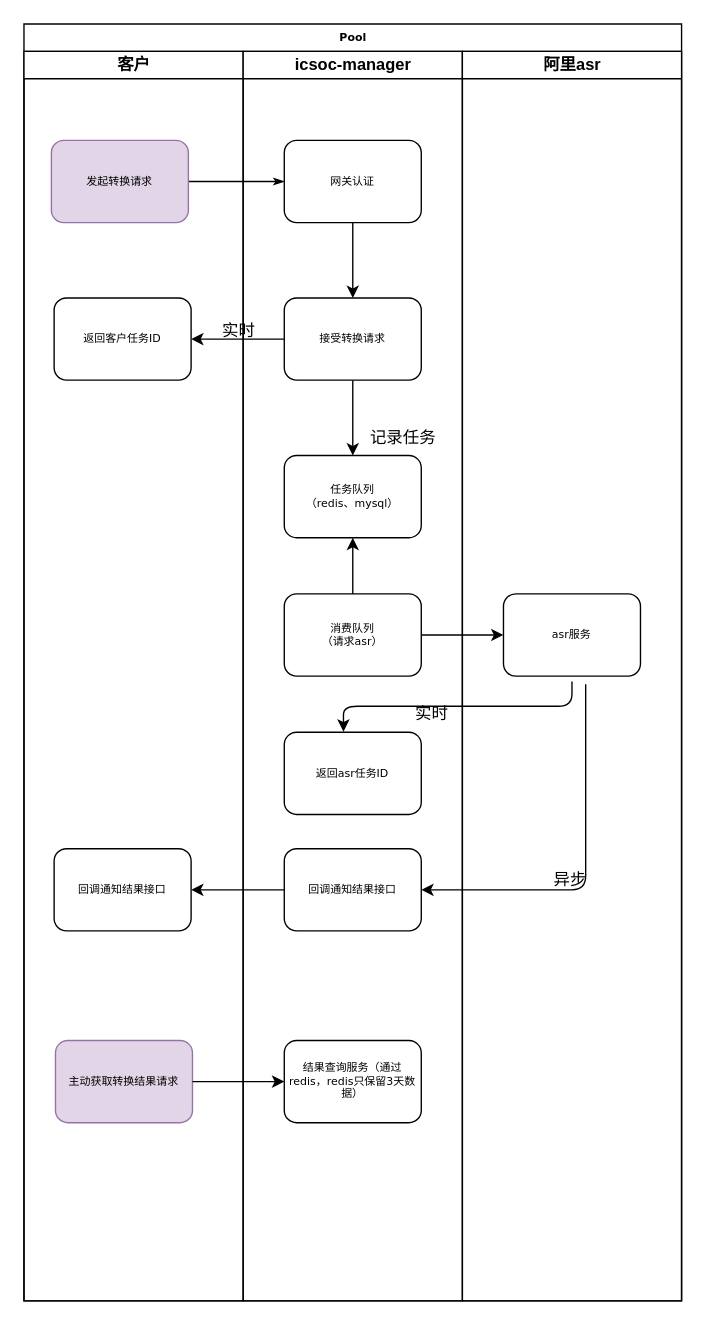
brahao/draw.io keeps this draw.io diagram as icsoc语音转换流程.drawio. Above is the earlier version. Source tidied: cells renumbered, new cells numbered last; positions are measured from the earlier drawing's top-left corner, leaving out a move shared by most shapes. Both pictures are drawn from the tidied source at 137%, with x=0, y=0 at pixel (23, 23).
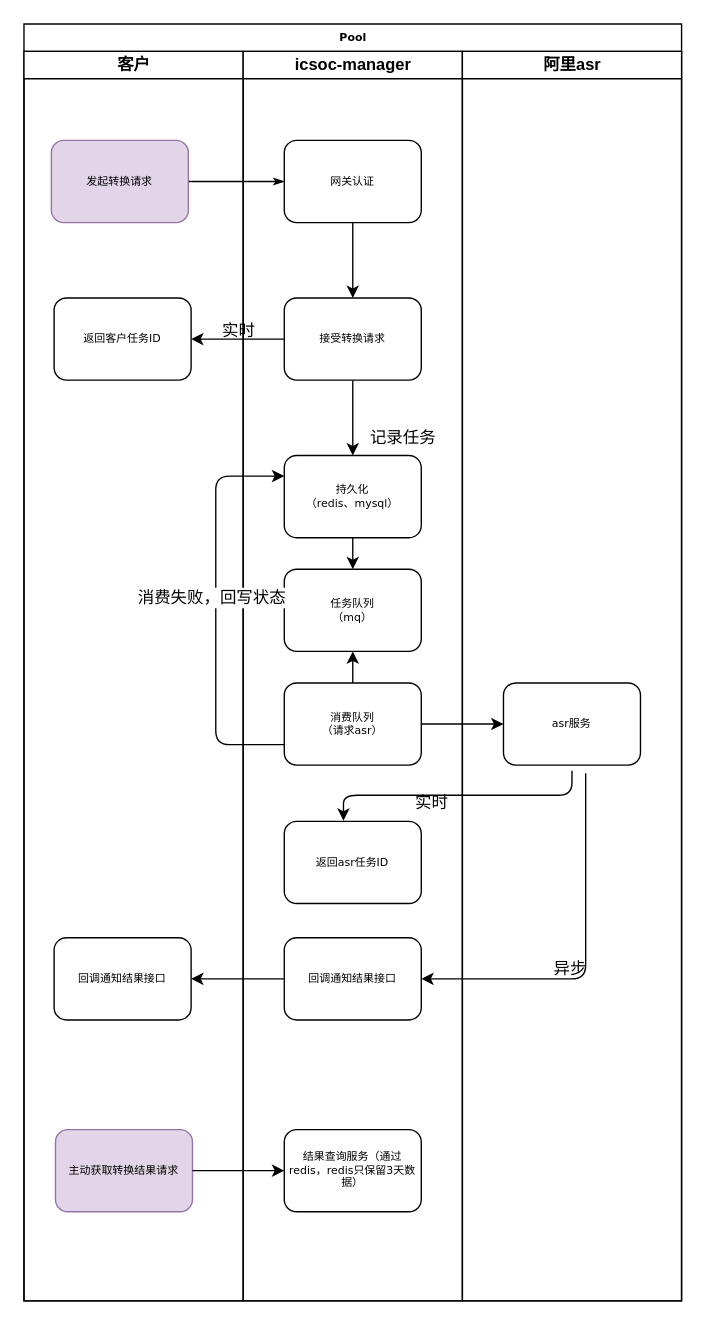
After the change.

Commit message:
更新icsoc语音转换流程.drawio

Unchanged cells that the change refers to:
```xml
<mxCell id="4" value="客户" style="swimlane;html=1;startSize=20;" parent="2" vertex="1">
  <mxGeometry y="20" width="160" height="912" as="geometry" />
</mxCell>
<mxCell id="9" value="icsoc-manager" style="swimlane;html=1;startSize=20;" parent="2" vertex="1">
  <mxGeometry x="160" y="20" width="160" height="912" as="geometry" />
</mxCell>
<mxCell id="20" value="阿里asr" style="swimlane;html=1;startSize=20;" parent="2" vertex="1">
  <mxGeometry x="320" y="20" width="160" height="912" as="geometry" />
</mxCell>
```

What changed in the source:
```diff
@@
     <mxCell id="7" value="回调通知结果接口" style="rounded=1;whiteSpace=wrap;html=1;shadow=0;labelBackgroundColor=none;strokeColor=#000000;strokeWidth=1;fillColor=#ffffff;fontFamily=Verdana;fontSize=8;fontColor=#000000;align=center;" parent="4" vertex="1">
-      <mxGeometry x="22" y="582" width="100" height="60" as="geometry" />
+      <mxGeometry x="22" y="647" width="100" height="60" as="geometry" />
     </mxCell>
     <mxCell id="8" value="主动获取转换结果请求" style="rounded=1;whiteSpace=wrap;html=1;shadow=0;labelBackgroundColor=none;strokeColor=#9673a6;strokeWidth=1;fillColor=#e1d5e7;fontFamily=Verdana;fontSize=8;align=center;" parent="4" vertex="1">
-      <mxGeometry x="23" y="722" width="100" height="60" as="geometry" />
+      <mxGeometry x="23" y="787" width="100" height="60" as="geometry" />
     </mxCell>
@@
-    <mxCell id="14" style="edgeStyle=orthogonalEdgeStyle;rounded=0;jettySize=auto;html=1;" parent="9" edge="1" source="16" target="15">
-      <mxGeometry relative="1" as="geometry" />
-    </mxCell>
+    <mxCell id="32" style="edgeStyle=orthogonalEdgeStyle;rounded=0;jettySize=auto;html=1;" parent="9" edge="1" source="15" target="34">
+      <mxGeometry relative="1" as="geometry" />
+    </mxCell>
-    <mxCell id="15" value="任务队列&lt;br&gt;（redis、mysql）&lt;br&gt;" style="rounded=1;whiteSpace=wrap;html=1;shadow=0;labelBackgroundColor=none;strokeColor=#000000;strokeWidth=1;fillColor=#ffffff;fontFamily=Verdana;fontSize=8;fontColor=#000000;align=center;" parent="9" vertex="1">
+    <mxCell id="15" value="持久化&lt;br&gt;（redis、mysql）&lt;br&gt;" style="rounded=1;whiteSpace=wrap;html=1;shadow=0;labelBackgroundColor=none;strokeColor=#000000;strokeWidth=1;fillColor=#ffffff;fontFamily=Verdana;fontSize=8;fontColor=#000000;align=center;" parent="9" vertex="1">
       <mxGeometry x="30" y="295" width="100" height="60" as="geometry" />
     </mxCell>
     <mxCell id="16" value="消费队列&lt;br&gt;（请求asr）&lt;br&gt;" style="rounded=1;whiteSpace=wrap;html=1;shadow=0;labelBackgroundColor=none;strokeColor=#000000;strokeWidth=1;fillColor=#ffffff;fontFamily=Verdana;fontSize=8;fontColor=#000000;align=center;" parent="9" vertex="1">
-      <mxGeometry x="30" y="396" width="100" height="60" as="geometry" />
+      <mxGeometry x="30" y="461" width="100" height="60" as="geometry" />
     </mxCell>
     <mxCell id="17" value="返回asr任务ID" style="rounded=1;whiteSpace=wrap;html=1;shadow=0;labelBackgroundColor=none;strokeColor=#000000;strokeWidth=1;fillColor=#ffffff;fontFamily=Verdana;fontSize=8;fontColor=#000000;align=center;" parent="9" vertex="1">
-      <mxGeometry x="30" y="497" width="100" height="60" as="geometry" />
+      <mxGeometry x="30" y="562" width="100" height="60" as="geometry" />
     </mxCell>
     <mxCell id="18" value="回调通知结果接口" style="rounded=1;whiteSpace=wrap;html=1;shadow=0;labelBackgroundColor=none;strokeColor=#000000;strokeWidth=1;fillColor=#ffffff;fontFamily=Verdana;fontSize=8;fontColor=#000000;align=center;" parent="9" vertex="1">
-      <mxGeometry x="30" y="582" width="100" height="60" as="geometry" />
+      <mxGeometry x="30" y="647" width="100" height="60" as="geometry" />
     </mxCell>
     <mxCell id="19" value="结果查询服务（通过redis，redis只保留3天数据）" style="rounded=1;whiteSpace=wrap;html=1;shadow=0;labelBackgroundColor=none;strokeColor=#000000;strokeWidth=1;fillColor=#ffffff;fontFamily=Verdana;fontSize=8;fontColor=#000000;align=center;" parent="9" vertex="1">
-      <mxGeometry x="30" y="722" width="100" height="60" as="geometry" />
+      <mxGeometry x="30" y="787" width="100" height="60" as="geometry" />
     </mxCell>
+    <mxCell id="33" style="edgeStyle=orthogonalEdgeStyle;rounded=0;jettySize=auto;html=1;" parent="9" edge="1" source="16" target="34">
+      <mxGeometry relative="1" as="geometry" />
+    </mxCell>
+    <mxCell id="34" value="任务队列&lt;br&gt;（mq）&lt;br&gt;" style="rounded=1;whiteSpace=wrap;html=1;shadow=0;labelBackgroundColor=none;strokeColor=#000000;strokeWidth=1;fillColor=#ffffff;fontFamily=Verdana;fontSize=8;fontColor=#000000;align=center;" parent="9" vertex="1">
+      <mxGeometry x="30" y="378" width="100" height="60" as="geometry" />
+    </mxCell>
+    <mxCell id="14" style="edgeStyle=elbowEdgeStyle;elbow=horizontal;endArrow=classic;html=1;exitX=0;exitY=0.75;exitDx=0;exitDy=0;entryX=0;entryY=0.25;entryDx=0;entryDy=0;" parent="9" edge="1" source="16" target="15">
+      <mxGeometry relative="1" as="geometry">
+        <Array as="points">
+          <mxPoint x="-20" y="408" />
+        </Array>
+      </mxGeometry>
+    </mxCell>
+    <mxCell id="35" value="消费失败，回写状态" style="text;html=1;align=center;verticalAlign=middle;labelBackgroundColor=#ffffff;" parent="14" vertex="1">
+      <mxGeometry x="0.07" y="4" relative="1" as="geometry" />
+    </mxCell>
@@
     <mxCell id="21" value="asr服务" style="rounded=1;whiteSpace=wrap;html=1;shadow=0;labelBackgroundColor=none;strokeColor=#000000;strokeWidth=1;fillColor=#ffffff;fontFamily=Verdana;fontSize=8;fontColor=#000000;align=center;" parent="20" vertex="1">
-      <mxGeometry x="30" y="396" width="100" height="60" as="geometry" />
+      <mxGeometry x="30" y="461" width="100" height="60" as="geometry" />
     </mxCell>
     <mxCell id="22" style="edgeStyle=elbowEdgeStyle;elbow=vertical;endArrow=classic;html=1;exitX=0.432;exitY=-0.007;exitDx=0;exitDy=0;exitPerimeter=0;entryX=0.432;entryY=-0.007;entryDx=0;entryDy=0;entryPerimeter=0;" parent="20" edge="1" target="17">
       <mxGeometry relative="1" as="geometry">
-        <mxPoint x="80" y="460" as="sourcePoint" />
+        <mxPoint x="80" y="525" as="sourcePoint" />
       </mxGeometry>
     </mxCell>
@@
     <mxCell id="29" value="实时" style="text;html=1;align=left;verticalAlign=top;spacingTop=-4;" parent="1" vertex="1">
-      <mxGeometry x="284" y="494" width="40" height="20" as="geometry" />
+      <mxGeometry x="284" y="559" width="40" height="20" as="geometry" />
     </mxCell>
     <mxCell id="30" style="edgeStyle=elbowEdgeStyle;elbow=vertical;endArrow=classic;html=1;" parent="1" edge="1" target="18">
       <mxGeometry relative="1" as="geometry">
-        <mxPoint x="410" y="482" as="sourcePoint" />
+        <mxPoint x="410" y="547" as="sourcePoint" />
         <Array as="points">
-          <mxPoint x="410" y="632" />
+          <mxPoint x="410" y="697" />
         </Array>
       </mxGeometry>
     </mxCell>
     <mxCell id="31" value="异步" style="text;html=1;align=left;verticalAlign=top;spacingTop=-4;" parent="1" vertex="1">
-      <mxGeometry x="385" y="615" width="40" height="20" as="geometry" />
+      <mxGeometry x="385" y="680" width="40" height="20" as="geometry" />
     </mxCell>
```
